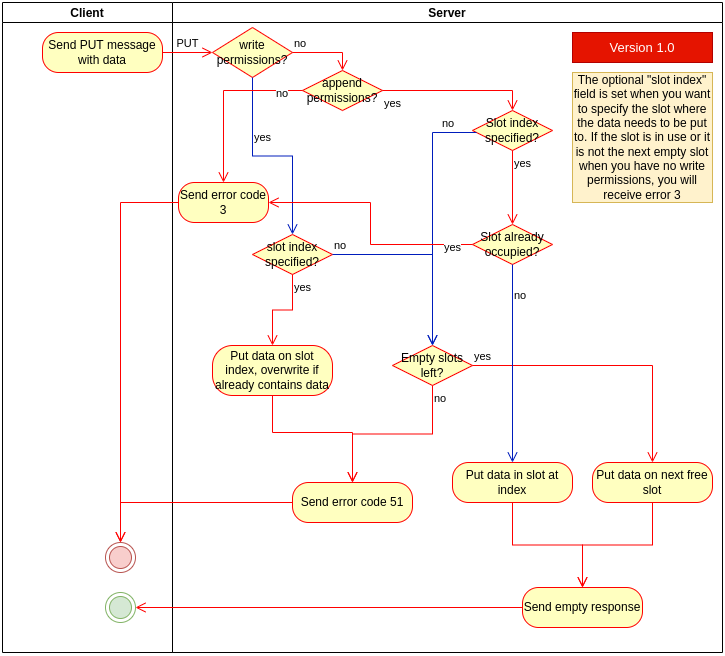
Before: img/transport-put.drawio.png, a diagram exported from draw.io (plabble/plabble.github.io). Source tidied: cells renumbered, new cells last; positions are measured from the earlier drawing's top-left corner, leaving out a move shared by most shapes.
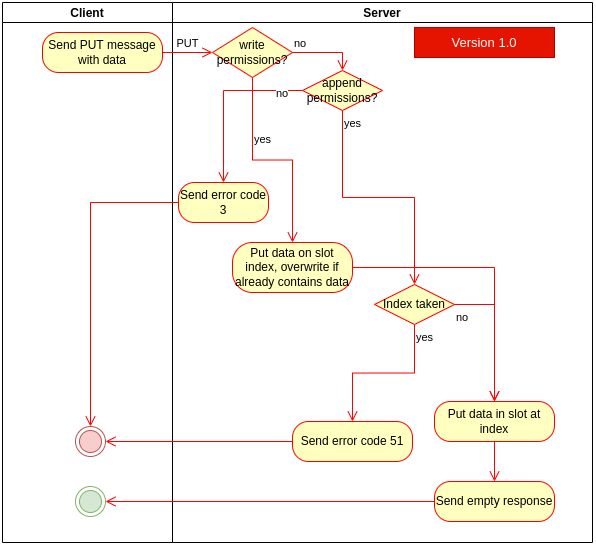
After the commit.

Diff of the diagram source:
```diff
@@ -3,19 +3,19 @@
     <mxCell id="0" />
     <mxCell id="1" parent="0" />
     <mxCell id="2" value="Client" style="swimlane;startSize=20;" parent="1" vertex="1">
-      <mxGeometry width="170" height="650" as="geometry" />
+      <mxGeometry width="170" height="540" as="geometry" />
     </mxCell>
     <mxCell id="3" value="Send PUT message with data" style="rounded=1;whiteSpace=wrap;html=1;arcSize=40;fontColor=#000000;fillColor=#ffffc0;strokeColor=#ff0000;" parent="2" vertex="1">
       <mxGeometry x="40" y="30" width="120" height="40" as="geometry" />
     </mxCell>
     <mxCell id="4" style="ellipse;html=1;shape=endState;fillColor=#f8cecc;strokeColor=#b85450;" parent="2" vertex="1">
-      <mxGeometry x="103" y="540" width="30" height="30" as="geometry" />
+      <mxGeometry x="73" y="424" width="30" height="30" as="geometry" />
     </mxCell>
     <mxCell id="5" style="ellipse;html=1;shape=endState;fillColor=#d5e8d4;strokeColor=#82b366;" parent="2" vertex="1">
-      <mxGeometry x="103" y="590" width="30" height="30" as="geometry" />
+      <mxGeometry x="73" y="484" width="30" height="30" as="geometry" />
     </mxCell>
     <mxCell id="6" value="Server" style="swimlane;startSize=20;" parent="1" vertex="1">
-      <mxGeometry x="170" width="550" height="650" as="geometry" />
+      <mxGeometry x="170" width="420" height="540" as="geometry" />
     </mxCell>
     <mxCell id="7" value="write permissions?" style="rhombus;whiteSpace=wrap;html=1;fillColor=#ffffc0;strokeColor=#ff0000;" parent="6" vertex="1">
       <mxGeometry x="40" y="25" width="80" height="50" as="geometry" />
@@ -23,7 +23,7 @@
     <mxCell id="8" value="no" style="edgeStyle=orthogonalEdgeStyle;html=1;align=left;verticalAlign=bottom;endArrow=open;endSize=8;strokeColor=#ff0000;rounded=0;entryX=0.5;entryY=0;entryDx=0;entryDy=0;" parent="6" edge="1" source="7" target="10">
       <mxGeometry x="-1" relative="1" as="geometry" />
     </mxCell>
-    <mxCell id="9" value="yes" style="edgeStyle=orthogonalEdgeStyle;html=1;align=left;verticalAlign=top;endArrow=open;endSize=8;strokeColor=#001DBC;rounded=0;entryX=0.5;entryY=0;entryDx=0;entryDy=0;fillColor=#0050ef;" parent="6" edge="1" source="7" target="14">
+    <mxCell id="9" value="yes" style="edgeStyle=orthogonalEdgeStyle;html=1;align=left;verticalAlign=top;endArrow=open;endSize=8;strokeColor=#FF0000;rounded=0;entryX=0.5;entryY=0;entryDx=0;entryDy=0;fillColor=#0050ef;" parent="6" edge="1" source="7" target="14">
       <mxGeometry x="-0.52" relative="1" as="geometry" />
     </mxCell>
     <mxCell id="10" value="append permissions?" style="rhombus;whiteSpace=wrap;html=1;fillColor=#ffffc0;strokeColor=#ff0000;" parent="6" vertex="1">
@@ -32,98 +32,53 @@
     <mxCell id="11" value="no" style="edgeStyle=orthogonalEdgeStyle;html=1;align=left;verticalAlign=bottom;endArrow=open;endSize=8;strokeColor=#ff0000;rounded=0;entryX=0.5;entryY=0;entryDx=0;entryDy=0;" parent="6" edge="1" source="10" target="13">
       <mxGeometry x="-0.67" y="12" relative="1" as="geometry" />
     </mxCell>
-    <mxCell id="12" value="yes" style="edgeStyle=orthogonalEdgeStyle;html=1;align=left;verticalAlign=top;endArrow=open;endSize=8;strokeColor=#ff0000;rounded=0;entryX=0.5;entryY=0;entryDx=0;entryDy=0;" parent="6" edge="1" source="10" target="23">
+    <mxCell id="12" value="yes" style="edgeStyle=orthogonalEdgeStyle;html=1;align=left;verticalAlign=top;endArrow=open;endSize=8;strokeColor=#ff0000;rounded=0;entryX=0.5;entryY=0;entryDx=0;entryDy=0;" parent="6" edge="1" source="10" target="15">
       <mxGeometry x="-1" relative="1" as="geometry" />
     </mxCell>
     <mxCell id="13" value="Send error code 3" style="rounded=1;whiteSpace=wrap;html=1;arcSize=40;fontColor=#000000;fillColor=#ffffc0;strokeColor=#ff0000;" parent="6" vertex="1">
       <mxGeometry x="6" y="180" width="90" height="40" as="geometry" />
     </mxCell>
-    <mxCell id="14" value="slot index specified?" style="rhombus;whiteSpace=wrap;html=1;fillColor=#ffffc0;strokeColor=#ff0000;" parent="6" vertex="1">
-      <mxGeometry x="80" y="232" width="80" height="40" as="geometry" />
+    <mxCell id="14" value="Put data on slot index, overwrite if already contains data" style="rounded=1;whiteSpace=wrap;html=1;arcSize=40;fontColor=#000000;fillColor=#ffffc0;strokeColor=#ff0000;" parent="6" vertex="1">
+      <mxGeometry x="60" y="240" width="120" height="50" as="geometry" />
     </mxCell>
-    <mxCell id="15" value="no" style="edgeStyle=orthogonalEdgeStyle;html=1;align=left;verticalAlign=bottom;endArrow=open;endSize=8;strokeColor=#001DBC;rounded=0;entryX=0.5;entryY=0;entryDx=0;entryDy=0;fillColor=#0050ef;" parent="6" edge="1" source="14" target="19">
-      <mxGeometry x="-1" relative="1" as="geometry" />
+    <mxCell id="15" value="Index taken" style="rhombus;whiteSpace=wrap;html=1;fillColor=#ffffc0;strokeColor=#ff0000;" parent="6" vertex="1">
+      <mxGeometry x="202" y="282" width="80" height="40" as="geometry" />
     </mxCell>
-    <mxCell id="16" value="yes" style="edgeStyle=orthogonalEdgeStyle;html=1;align=left;verticalAlign=top;endArrow=open;endSize=8;strokeColor=#ff0000;rounded=0;entryX=0.5;entryY=0;entryDx=0;entryDy=0;exitX=0.5;exitY=1;exitDx=0;exitDy=0;" parent="6" edge="1" source="14" target="17">
+    <mxCell id="16" value="yes" style="edgeStyle=orthogonalEdgeStyle;html=1;align=left;verticalAlign=top;endArrow=open;endSize=8;strokeColor=#ff0000;rounded=0;entryX=0.5;entryY=0;entryDx=0;entryDy=0;" parent="6" edge="1" source="15" target="17">
       <mxGeometry x="-1" relative="1" as="geometry" />
     </mxCell>
-    <mxCell id="17" value="Put data on slot index, overwrite if already contains data" style="rounded=1;whiteSpace=wrap;html=1;arcSize=40;fontColor=#000000;fillColor=#ffffc0;strokeColor=#ff0000;" parent="6" vertex="1">
-      <mxGeometry x="40" y="343" width="120" height="50" as="geometry" />
+    <mxCell id="17" value="Send error code 51" style="rounded=1;whiteSpace=wrap;html=1;arcSize=40;fontColor=#000000;fillColor=#ffffc0;strokeColor=#ff0000;" parent="6" vertex="1">
+      <mxGeometry x="120" y="419" width="120" height="40" as="geometry" />
     </mxCell>
-    <mxCell id="18" style="edgeStyle=orthogonalEdgeStyle;html=1;verticalAlign=bottom;endArrow=open;endSize=8;strokeColor=#ff0000;rounded=0;exitX=0.5;exitY=1;exitDx=0;exitDy=0;entryX=0.5;entryY=0;entryDx=0;entryDy=0;" parent="6" edge="1" source="17" target="22">
-      <mxGeometry relative="1" as="geometry">
-        <Array as="points">
-          <mxPoint x="100" y="430" />
-          <mxPoint x="180" y="430" />
-        </Array>
-      </mxGeometry>
+    <mxCell id="18" style="edgeStyle=orthogonalEdgeStyle;html=1;align=left;verticalAlign=bottom;endArrow=open;endSize=8;strokeColor=#FF0000;rounded=0;entryX=0.5;entryY=0;entryDx=0;entryDy=0;fillColor=#0050ef;exitX=1;exitY=0.5;exitDx=0;exitDy=0;" parent="6" edge="1" source="14" target="19">
+      <mxGeometry x="-0.6" relative="1" as="geometry" />
     </mxCell>
-    <mxCell id="19" value="Empty slots left?" style="rhombus;whiteSpace=wrap;html=1;fillColor=#ffffc0;strokeColor=#ff0000;" parent="6" vertex="1">
-      <mxGeometry x="220" y="343" width="80" height="40" as="geometry" />
+    <mxCell id="19" value="Put data in slot at index" style="rounded=1;whiteSpace=wrap;html=1;arcSize=40;fontColor=#000000;fillColor=#ffffc0;strokeColor=#ff0000;" parent="6" vertex="1">
+      <mxGeometry x="262" y="399" width="120" height="40" as="geometry" />
     </mxCell>
-    <mxCell id="20" value="yes" style="edgeStyle=orthogonalEdgeStyle;html=1;align=left;verticalAlign=bottom;endArrow=open;endSize=8;strokeColor=#ff0000;rounded=0;entryX=0.5;entryY=0;entryDx=0;entryDy=0;" parent="6" edge="1" source="19" target="31">
-      <mxGeometry x="-1" relative="1" as="geometry" />
+    <mxCell id="20" style="edgeStyle=orthogonalEdgeStyle;html=1;verticalAlign=bottom;endArrow=open;endSize=8;strokeColor=#ff0000;rounded=0;entryX=0.5;entryY=0;entryDx=0;entryDy=0;" parent="6" edge="1" source="19" target="21">
+      <mxGeometry relative="1" as="geometry" />
     </mxCell>
-    <mxCell id="21" value="no" style="edgeStyle=orthogonalEdgeStyle;html=1;align=left;verticalAlign=top;endArrow=open;endSize=8;strokeColor=#ff0000;rounded=0;entryX=0.5;entryY=0;entryDx=0;entryDy=0;" parent="6" edge="1" source="19" target="22">
-      <mxGeometry x="-1" relative="1" as="geometry" />
+    <mxCell id="21" value="Send empty response" style="rounded=1;whiteSpace=wrap;html=1;arcSize=40;fontColor=#000000;fillColor=#ffffc0;strokeColor=#ff0000;" parent="6" vertex="1">
+      <mxGeometry x="262" y="479" width="120" height="40" as="geometry" />
     </mxCell>
-    <mxCell id="22" value="Send error code 51" style="rounded=1;whiteSpace=wrap;html=1;arcSize=40;fontColor=#000000;fillColor=#ffffc0;strokeColor=#ff0000;" parent="6" vertex="1">
-      <mxGeometry x="120" y="480" width="120" height="40" as="geometry" />
+    <mxCell id="22" value="Version 1.0" style="rounded=0;whiteSpace=wrap;html=1;fillColor=#e51400;strokeColor=#B20000;fontColor=#ffffff;fontSize=13;" parent="6" vertex="1">
+      <mxGeometry x="242" y="25" width="140" height="30" as="geometry" />
     </mxCell>
-    <mxCell id="23" value="Slot index specified?" style="rhombus;whiteSpace=wrap;html=1;fillColor=#ffffc0;strokeColor=#ff0000;" parent="6" vertex="1">
-      <mxGeometry x="300" y="108" width="80" height="40" as="geometry" />
+    <mxCell id="23" value="no" style="edgeStyle=orthogonalEdgeStyle;html=1;align=left;verticalAlign=top;endArrow=open;endSize=8;strokeColor=#ff0000;rounded=0;entryX=0.5;entryY=0;entryDx=0;entryDy=0;exitX=1;exitY=0.5;exitDx=0;exitDy=0;" parent="6" edge="1" source="15" target="19">
+      <mxGeometry x="-1" relative="1" as="geometry" />
     </mxCell>
-    <mxCell id="24" value="no" style="edgeStyle=orthogonalEdgeStyle;html=1;align=left;verticalAlign=bottom;endArrow=open;endSize=8;strokeColor=#001DBC;rounded=0;entryX=0.5;entryY=0;entryDx=0;entryDy=0;fillColor=#0050ef;" parent="6" edge="1" source="23" target="19">
-      <mxGeometry x="-0.72" relative="1" as="geometry">
-        <Array as="points">
-          <mxPoint x="260" y="130" />
-        </Array>
-      </mxGeometry>
+    <mxCell id="24" value="PUT" style="edgeStyle=orthogonalEdgeStyle;html=1;verticalAlign=bottom;endArrow=open;endSize=8;strokeColor=#ff0000;rounded=0;entryX=0;entryY=0.5;entryDx=0;entryDy=0;" parent="1" edge="1" source="3" target="7">
+      <mxGeometry relative="1" as="geometry" />
     </mxCell>
-    <mxCell id="25" value="yes" style="edgeStyle=orthogonalEdgeStyle;html=1;align=left;verticalAlign=top;endArrow=open;endSize=8;strokeColor=#ff0000;rounded=0;entryX=0.5;entryY=0;entryDx=0;entryDy=0;" parent="6" edge="1" source="23" target="26">
-      <mxGeometry x="-1" relative="1" as="geometry" />
+    <mxCell id="25" style="edgeStyle=orthogonalEdgeStyle;html=1;verticalAlign=bottom;endArrow=open;endSize=8;strokeColor=#ff0000;rounded=0;entryX=0.5;entryY=0;entryDx=0;entryDy=0;" parent="1" edge="1" source="13" target="4">
+      <mxGeometry relative="1" as="geometry" />
     </mxCell>
-    <mxCell id="26" value="Slot already occupied?" style="rhombus;whiteSpace=wrap;html=1;fillColor=#ffffc0;strokeColor=#ff0000;" parent="6" vertex="1">
-      <mxGeometry x="300" y="222" width="80" height="40" as="geometry" />
+    <mxCell id="26" style="edgeStyle=orthogonalEdgeStyle;html=1;verticalAlign=bottom;endArrow=open;endSize=8;strokeColor=#ff0000;rounded=0;entryX=1;entryY=0.5;entryDx=0;entryDy=0;" parent="1" edge="1" source="17" target="4">
+      <mxGeometry relative="1" as="geometry" />
     </mxCell>
-    <mxCell id="27" value="no" style="edgeStyle=orthogonalEdgeStyle;html=1;align=left;verticalAlign=bottom;endArrow=open;endSize=8;strokeColor=#001DBC;rounded=0;entryX=0.5;entryY=0;entryDx=0;entryDy=0;fillColor=#0050ef;" parent="6" edge="1" source="26" target="29">
-      <mxGeometry x="-0.6" relative="1" as="geometry" />
+    <mxCell id="27" style="edgeStyle=orthogonalEdgeStyle;html=1;verticalAlign=bottom;endArrow=open;endSize=8;strokeColor=#ff0000;rounded=0;entryX=1;entryY=0.5;entryDx=0;entryDy=0;" parent="1" edge="1" source="21" target="5">
+      <mxGeometry relative="1" as="geometry" />
     </mxCell>
-    <mxCell id="28" value="yes" style="edgeStyle=orthogonalEdgeStyle;html=1;align=left;verticalAlign=top;endArrow=open;endSize=8;strokeColor=#ff0000;rounded=0;entryX=1;entryY=0.5;entryDx=0;entryDy=0;" parent="6" edge="1" source="26" target="13">
-      <mxGeometry x="-0.76" y="-10" relative="1" as="geometry" />
-    </mxCell>
-    <mxCell id="29" value="Put data in slot at index" style="rounded=1;whiteSpace=wrap;html=1;arcSize=40;fontColor=#000000;fillColor=#ffffc0;strokeColor=#ff0000;" parent="6" vertex="1">
-      <mxGeometry x="280" y="460" width="120" height="40" as="geometry" />
-    </mxCell>
-    <mxCell id="30" style="edgeStyle=orthogonalEdgeStyle;html=1;verticalAlign=bottom;endArrow=open;endSize=8;strokeColor=#ff0000;rounded=0;entryX=0.5;entryY=0;entryDx=0;entryDy=0;" parent="6" edge="1" source="29" target="33">
-      <mxGeometry relative="1" as="geometry" />
-    </mxCell>
-    <mxCell id="31" value="Put data on next free slot" style="rounded=1;whiteSpace=wrap;html=1;arcSize=40;fontColor=#000000;fillColor=#ffffc0;strokeColor=#ff0000;" parent="6" vertex="1">
-      <mxGeometry x="420" y="460" width="120" height="40" as="geometry" />
-    </mxCell>
-    <mxCell id="32" style="edgeStyle=orthogonalEdgeStyle;html=1;verticalAlign=bottom;endArrow=open;endSize=8;strokeColor=#ff0000;rounded=0;entryX=0.5;entryY=0;entryDx=0;entryDy=0;" parent="6" edge="1" source="31" target="33">
-      <mxGeometry relative="1" as="geometry" />
-    </mxCell>
-    <mxCell id="33" value="Send empty response" style="rounded=1;whiteSpace=wrap;html=1;arcSize=40;fontColor=#000000;fillColor=#ffffc0;strokeColor=#ff0000;" parent="6" vertex="1">
-      <mxGeometry x="350" y="585" width="120" height="40" as="geometry" />
-    </mxCell>
-    <mxCell id="34" value="Version 1.0" style="rounded=0;whiteSpace=wrap;html=1;fillColor=#e51400;strokeColor=#B20000;fontColor=#ffffff;fontSize=13;" parent="6" vertex="1">
-      <mxGeometry x="400" y="30" width="140" height="30" as="geometry" />
-    </mxCell>
-    <mxCell id="35" value="The optional &quot;slot index&quot; field is set when you want to specify the slot where the data needs to be put to. If the slot is in use or it is not the next empty slot when you have no write permissions, you will receive error 3" style="rounded=0;whiteSpace=wrap;html=1;fillColor=#fff2cc;strokeColor=#d6b656;" parent="6" vertex="1">
-      <mxGeometry x="400" y="70" width="140" height="130" as="geometry" />
-    </mxCell>
-    <mxCell id="36" value="PUT" style="edgeStyle=orthogonalEdgeStyle;html=1;verticalAlign=bottom;endArrow=open;endSize=8;strokeColor=#ff0000;rounded=0;entryX=0;entryY=0.5;entryDx=0;entryDy=0;" parent="1" edge="1" source="3" target="7">
-      <mxGeometry relative="1" as="geometry" />
-    </mxCell>
-    <mxCell id="37" style="edgeStyle=orthogonalEdgeStyle;html=1;verticalAlign=bottom;endArrow=open;endSize=8;strokeColor=#ff0000;rounded=0;entryX=0.5;entryY=0;entryDx=0;entryDy=0;" parent="1" edge="1" source="13" target="4">
-      <mxGeometry relative="1" as="geometry" />
-    </mxCell>
-    <mxCell id="38" style="edgeStyle=orthogonalEdgeStyle;html=1;verticalAlign=bottom;endArrow=open;endSize=8;strokeColor=#ff0000;rounded=0;entryX=0.5;entryY=0;entryDx=0;entryDy=0;" parent="1" edge="1" source="22" target="4">
-      <mxGeometry relative="1" as="geometry" />
-    </mxCell>
-    <mxCell id="39" style="edgeStyle=orthogonalEdgeStyle;html=1;verticalAlign=bottom;endArrow=open;endSize=8;strokeColor=#ff0000;rounded=0;entryX=1;entryY=0.5;entryDx=0;entryDy=0;" parent="1" edge="1" source="33" target="5">
-      <mxGeometry relative="1" as="geometry" />
-    </mxCell>
   </root>
 </mxGraphModel>
```
